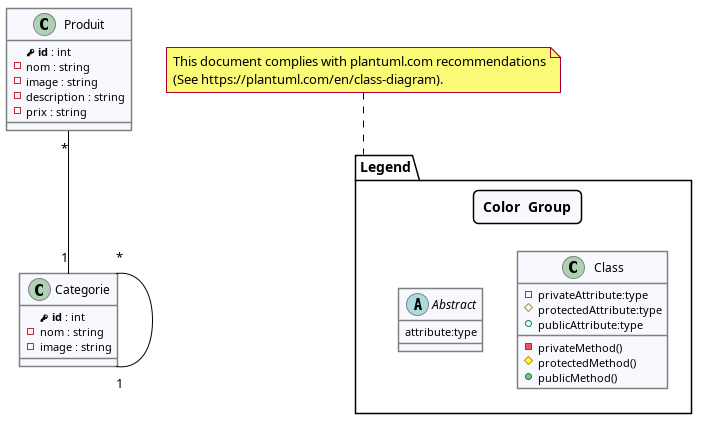
fcaumartin/CDA24178 keeps this PlantUML diagram as symfony2/classes.png. Above is the earlier version. Its source is kept beside it as symfony2/classes.puml.
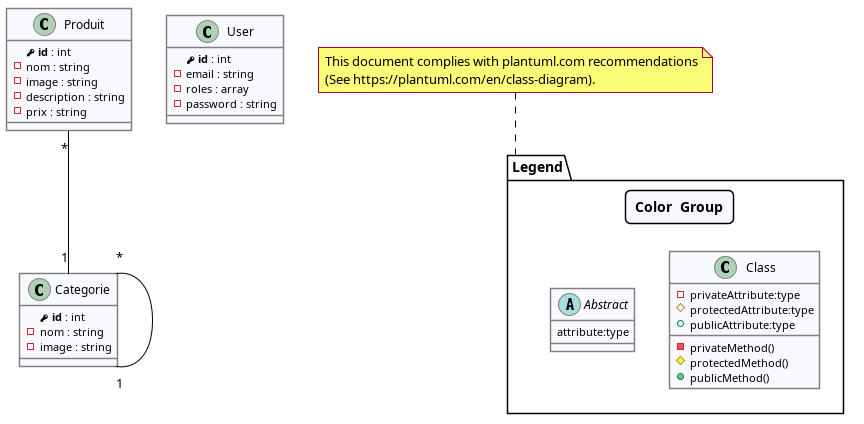
After the commit.

Change to the diagram source:
```diff
@@ -30,6 +30,13 @@
   -image : string
 }
 
+class User {
+  primary_key( id ) : int
+  -email : string
+  -roles : array
+  -password : string
+}
+
 Produit "*" -- "1" Categorie
 Categorie "*" -- "1" Categorie
 
```
